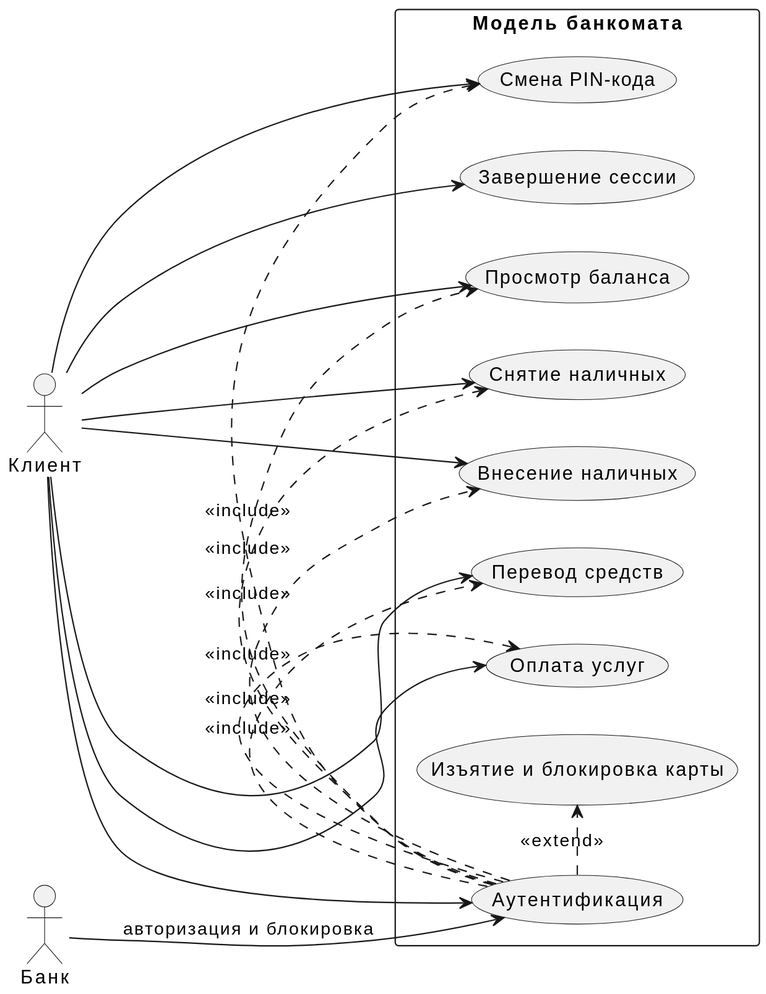
Earlier version of the PlantUML export labs/lab_1/ATM/uml/img/ATM_Client_UseCases.svg (vodo4kin/PPOIS_2sem).
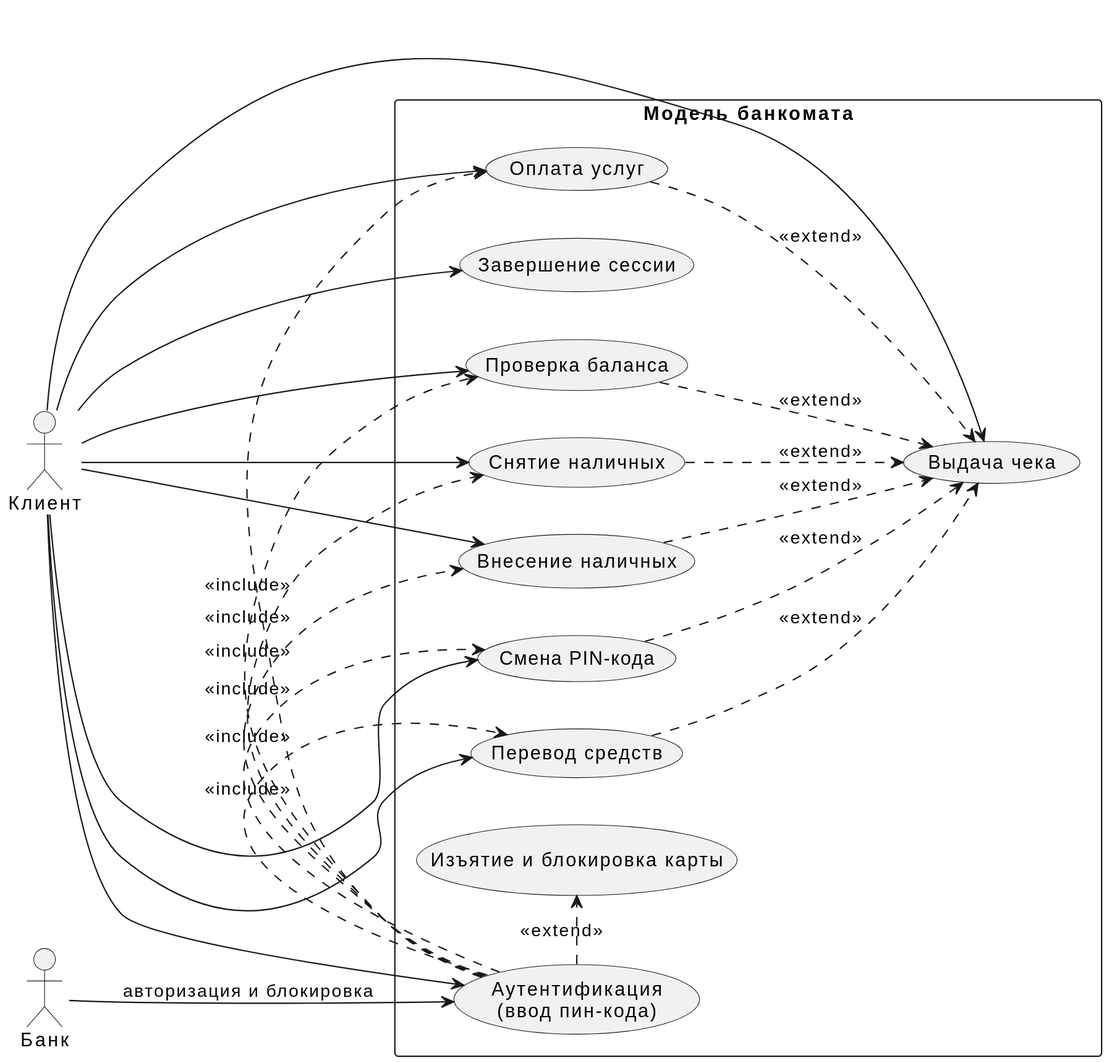
After the commit.

What changed in the source:
```diff
@@ -10,13 +10,14 @@
 
 rectangle "Модель банкомата" {
 
-    usecase "Аутентификация" as Auth
-    usecase "Просмотр баланса" as Balance
+    usecase "Аутентификация\n(ввод пин-кода)" as Auth
+    usecase "Проверка баланса" as Balance
     usecase "Снятие наличных" as Withdraw
     usecase "Внесение наличных" as Deposit
     usecase "Перевод средств" as Transfer
     usecase "Оплата услуг" as Payment
     usecase "Смена PIN-кода" as ChangePIN
+    usecase "Выдача чека" as Receipt
     usecase "Завершение сессии" as Logout
 
     usecase "Изъятие и блокировка карты" as RetainBlock
@@ -29,6 +30,7 @@
 Client --> Transfer
 Client --> Payment
 Client --> ChangePIN
+Client --> Receipt
 Client --> Logout
 
 Auth .> Balance   : <<include>>
@@ -38,6 +40,13 @@
 Auth .> Payment   : <<include>>
 Auth .> ChangePIN : <<include>>
 
+Balance ..> Receipt : <<extend>>
+Withdraw ..> Receipt : <<extend>>
+Deposit ..> Receipt : <<extend>>
+Transfer ..> Receipt : <<extend>>
+Payment ..> Receipt : <<extend>>
+ChangePIN ..> Receipt : <<extend>>
+
 Auth .> RetainBlock : <<extend>>
 
 Bank --> Auth : авторизация и блокировка
```
